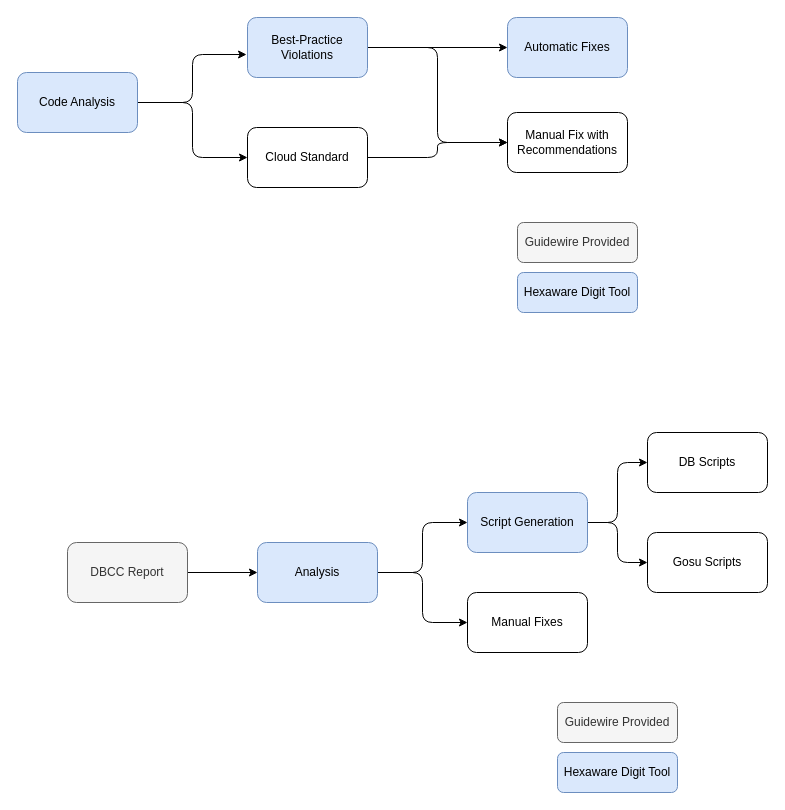
kumarje/solutionteam keeps this draw.io diagram as page "Remediation" (2 of 2) of upgrade-tool/digit-design-diagram.drawio. Above is the earlier version. Source tidied: cells renumbered, new cells numbered last; positions are measured from the earlier drawing's top-left corner, leaving out a move shared by most shapes. Both pictures are drawn from the tidied source at 100%, with x=0, y=0 at pixel (17, 17).
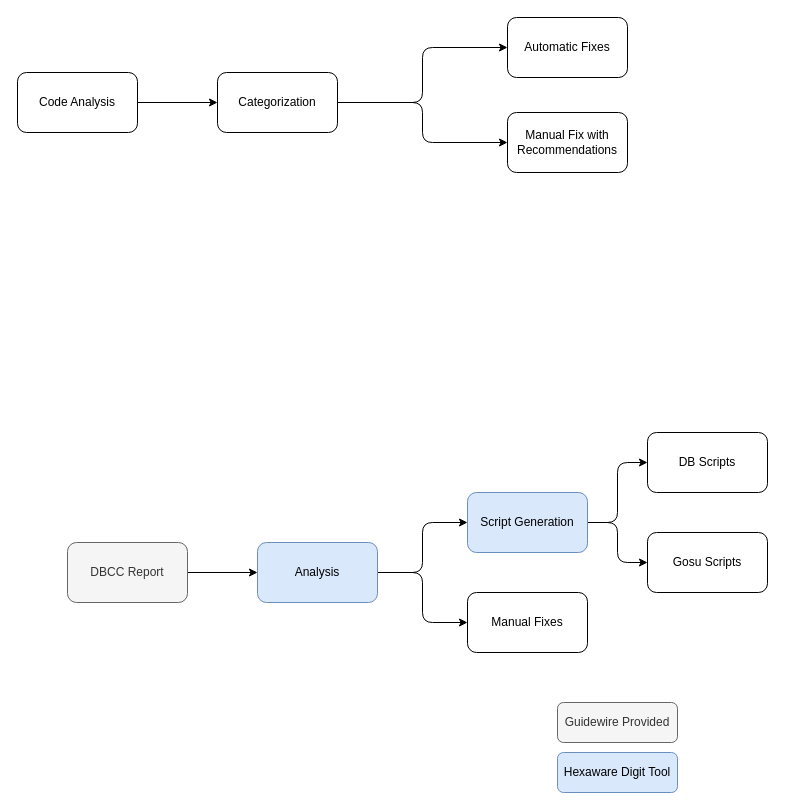
Above is the later version.

Unchanged cells that the change refers to:
```xml
<mxCell id="11" value="Manual Fix with Recommendations" style="rounded=1;whiteSpace=wrap;html=1;" parent="1" vertex="1">
  <mxGeometry x="490" y="95" width="120" height="60" as="geometry" />
</mxCell>
```

What changed in the source:
```diff
@@
-    <mxCell id="2" style="edgeStyle=orthogonalEdgeStyle;rounded=1;jettySize=auto;html=1;entryX=-0.008;entryY=0.617;entryDx=0;entryDy=0;entryPerimeter=0;" parent="1" edge="1" source="4" target="7">
-      <mxGeometry relative="1" as="geometry" />
-    </mxCell>
-    <mxCell id="3" style="edgeStyle=orthogonalEdgeStyle;rounded=1;jettySize=auto;html=1;entryX=0;entryY=0.5;entryDx=0;entryDy=0;" parent="1" edge="1" source="4" target="9">
-      <mxGeometry relative="1" as="geometry" />
-    </mxCell>
+    <mxCell id="27" style="edgeStyle=orthogonalEdgeStyle;rounded=1;jettySize=auto;html=1;entryX=0;entryY=0.5;entryDx=0;entryDy=0;" parent="1" edge="1" source="4" target="30">
+      <mxGeometry relative="1" as="geometry" />
+    </mxCell>
-    <mxCell id="4" value="Code Analysis" style="rounded=1;whiteSpace=wrap;html=1;fillColor=#dae8fc;strokeColor=#6c8ebf;" parent="1" vertex="1">
+    <mxCell id="4" value="Code Analysis" style="rounded=1;whiteSpace=wrap;html=1;" parent="1" vertex="1">
       <mxGeometry y="55" width="120" height="60" as="geometry" />
     </mxCell>
-    <mxCell id="5" style="edgeStyle=orthogonalEdgeStyle;rounded=1;jettySize=auto;html=1;entryX=0;entryY=0.5;entryDx=0;entryDy=0;" parent="1" edge="1" source="7" target="11">
-      <mxGeometry relative="1" as="geometry" />
-    </mxCell>
-    <mxCell id="6" style="edgeStyle=orthogonalEdgeStyle;rounded=1;jettySize=auto;html=1;entryX=0;entryY=0.5;entryDx=0;entryDy=0;" parent="1" edge="1" source="7" target="10">
-      <mxGeometry relative="1" as="geometry" />
-    </mxCell>
-    <mxCell id="7" value="Best-Practice Violations" style="rounded=1;whiteSpace=wrap;html=1;fillColor=#dae8fc;strokeColor=#6c8ebf;" parent="1" vertex="1">
-      <mxGeometry x="230" width="120" height="60" as="geometry" />
-    </mxCell>
-    <mxCell id="8" style="edgeStyle=orthogonalEdgeStyle;rounded=1;jettySize=auto;html=1;entryX=0;entryY=0.5;entryDx=0;entryDy=0;" parent="1" edge="1" source="9" target="11">
-      <mxGeometry relative="1" as="geometry" />
-    </mxCell>
-    <mxCell id="9" value="Cloud Standard" style="rounded=1;whiteSpace=wrap;html=1;" parent="1" vertex="1">
-      <mxGeometry x="230" y="110" width="120" height="60" as="geometry" />
-    </mxCell>
-    <mxCell id="10" value="Automatic Fixes" style="rounded=1;whiteSpace=wrap;html=1;fillColor=#dae8fc;strokeColor=#6c8ebf;" parent="1" vertex="1">
+    <mxCell id="10" value="Automatic Fixes" style="rounded=1;whiteSpace=wrap;html=1;" parent="1" vertex="1">
       <mxGeometry x="490" width="120" height="60" as="geometry" />
     </mxCell>
@@
-    <mxCell id="25" value="Guidewire Provided" style="rounded=1;whiteSpace=wrap;html=1;fillColor=#f5f5f5;strokeColor=#666666;fontColor=#333333;" parent="1" vertex="1">
-      <mxGeometry x="500" y="205" width="120" height="40" as="geometry" />
-    </mxCell>
-    <mxCell id="26" value="Hexaware Digit Tool" style="rounded=1;whiteSpace=wrap;html=1;fillColor=#dae8fc;strokeColor=#6c8ebf;" parent="1" vertex="1">
-      <mxGeometry x="500" y="255" width="120" height="40" as="geometry" />
-    </mxCell>
+    <mxCell id="28" style="edgeStyle=orthogonalEdgeStyle;rounded=1;jettySize=auto;html=1;entryX=0;entryY=0.5;entryDx=0;entryDy=0;" parent="1" edge="1" source="30" target="10">
+      <mxGeometry relative="1" as="geometry" />
+    </mxCell>
+    <mxCell id="29" style="edgeStyle=orthogonalEdgeStyle;rounded=1;jettySize=auto;html=1;entryX=0;entryY=0.5;entryDx=0;entryDy=0;" parent="1" edge="1" source="30" target="11">
+      <mxGeometry relative="1" as="geometry" />
+    </mxCell>
+    <mxCell id="30" value="Categorization" style="rounded=1;whiteSpace=wrap;html=1;" parent="1" vertex="1">
+      <mxGeometry x="200" y="55" width="120" height="60" as="geometry" />
+    </mxCell>
```
